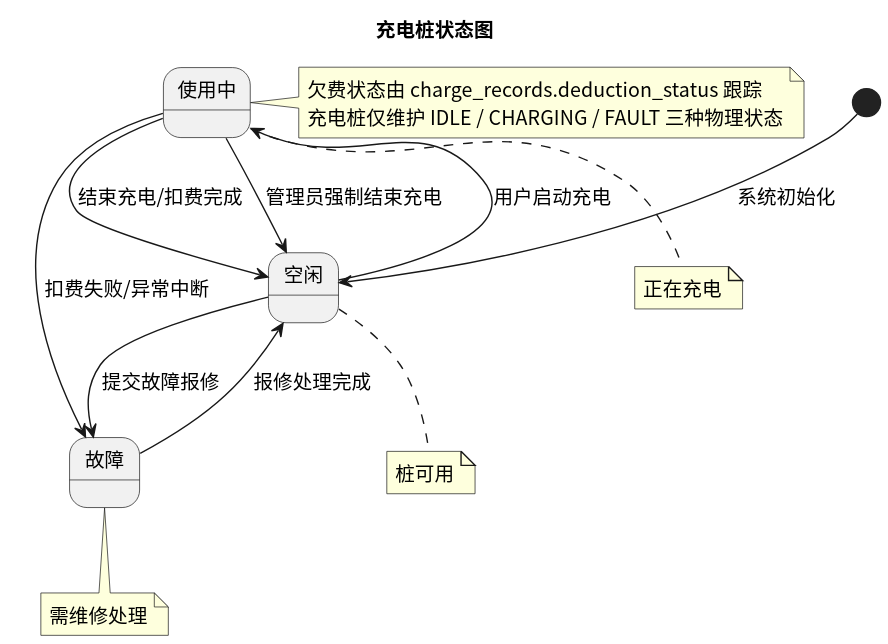
Before: status/img/state_charger.svg, a diagram exported from PlantUML (greenhandzdl/charging-station-doc).
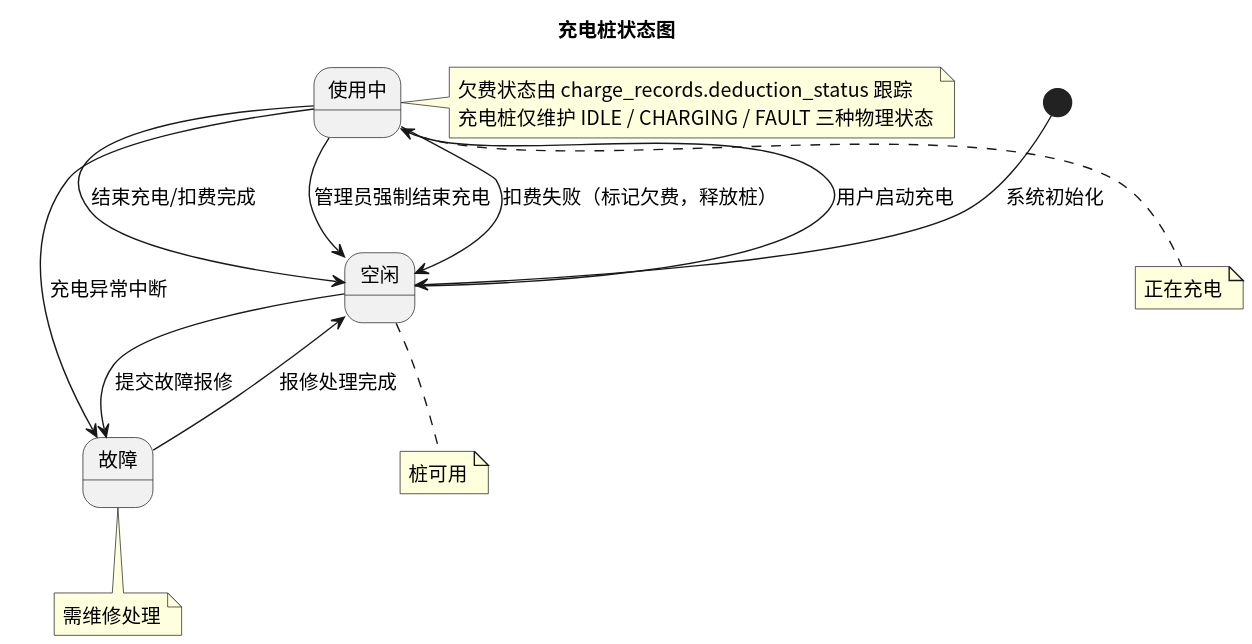
The same file after the commit.

The edit, as a diff of the source:
```diff
@@ -11,7 +11,8 @@
 IDLE --> CHARGING : 用户启动充电
 CHARGING --> IDLE : 结束充电/扣费完成
 CHARGING --> IDLE : 管理员强制结束充电
-CHARGING --> FAULT : 扣费失败/异常中断
+CHARGING --> FAULT : 充电异常中断
+	CHARGING --> IDLE : 扣费失败（标记欠费，释放桩）
 IDLE --> FAULT : 提交故障报修
 FAULT --> IDLE : 报修处理完成
 
```
